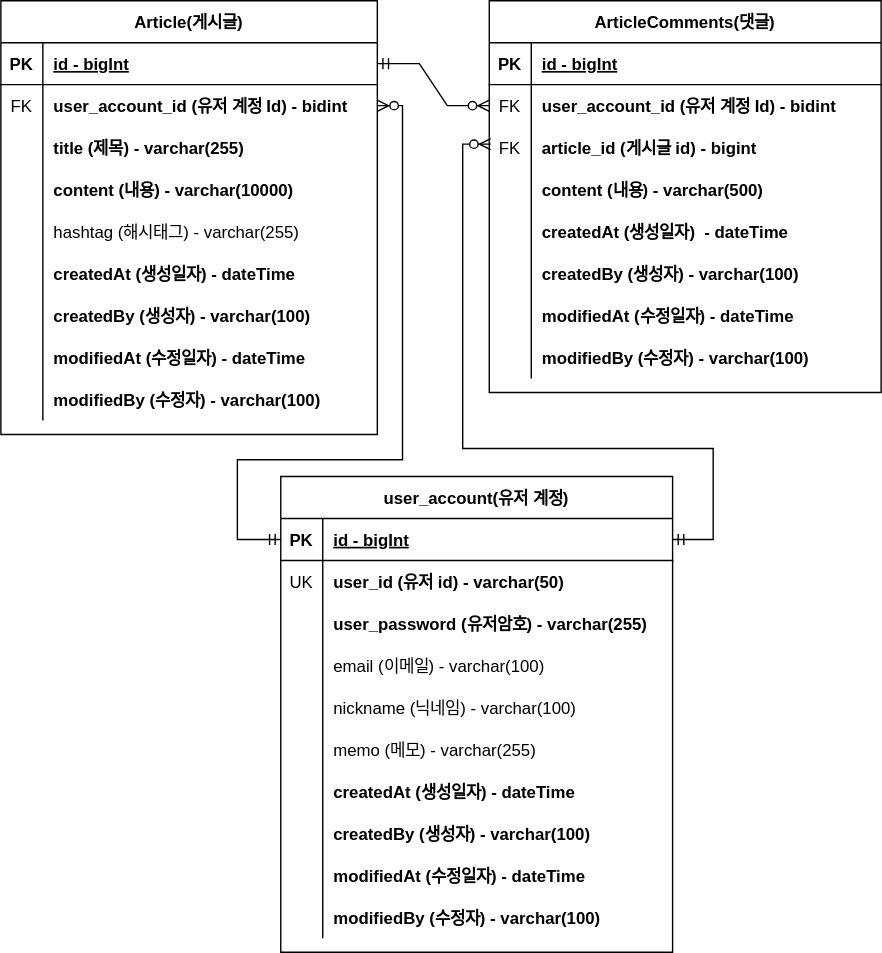
Above: document/project-board-erd.svg in jerry3269/board (draw.io), before the change. Source tidied: cells renumbered, new cells last; positions are measured from the earlier drawing's top-left corner, leaving out a move shared by most shapes.
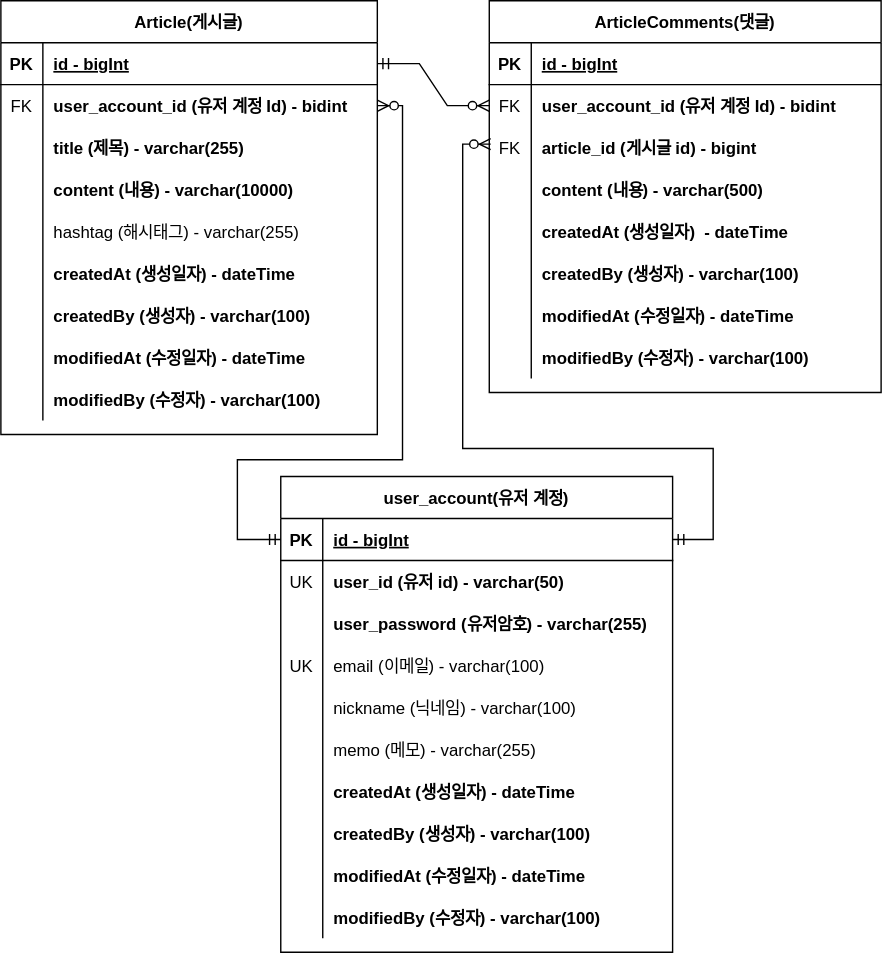
Later version of the same file.

Commit message:
#30 - ERD 업데이트 :  이메일에 유니크 속성 추가

What changed in the source:
```diff
@@ -201,7 +201,7 @@
     <mxCell id="66" style="shape=partialRectangle;fillColor=none;top=0;left=0;right=0;bottom=0;fontStyle=1;" parent="56" vertex="1">
       <mxGeometry y="120" width="280" height="30" as="geometry" />
     </mxCell>
-    <mxCell id="67" style="shape=partialRectangle;overflow=hidden;fillColor=none;top=0;left=0;bottom=0;right=0;fontStyle=1;" parent="66" vertex="1">
+    <mxCell id="67" value="UK" style="shape=partialRectangle;overflow=hidden;fillColor=none;top=0;left=0;bottom=0;right=0;fontStyle=0;" parent="66" vertex="1">
       <mxGeometry width="30" height="30" as="geometry" />
     </mxCell>
     <mxCell id="68" value="email (이메일) - varchar(100)" style="shape=partialRectangle;overflow=hidden;fillColor=none;top=0;left=0;bottom=0;right=0;align=left;spacingLeft=6;fontStyle=0;" parent="66" vertex="1">
```
